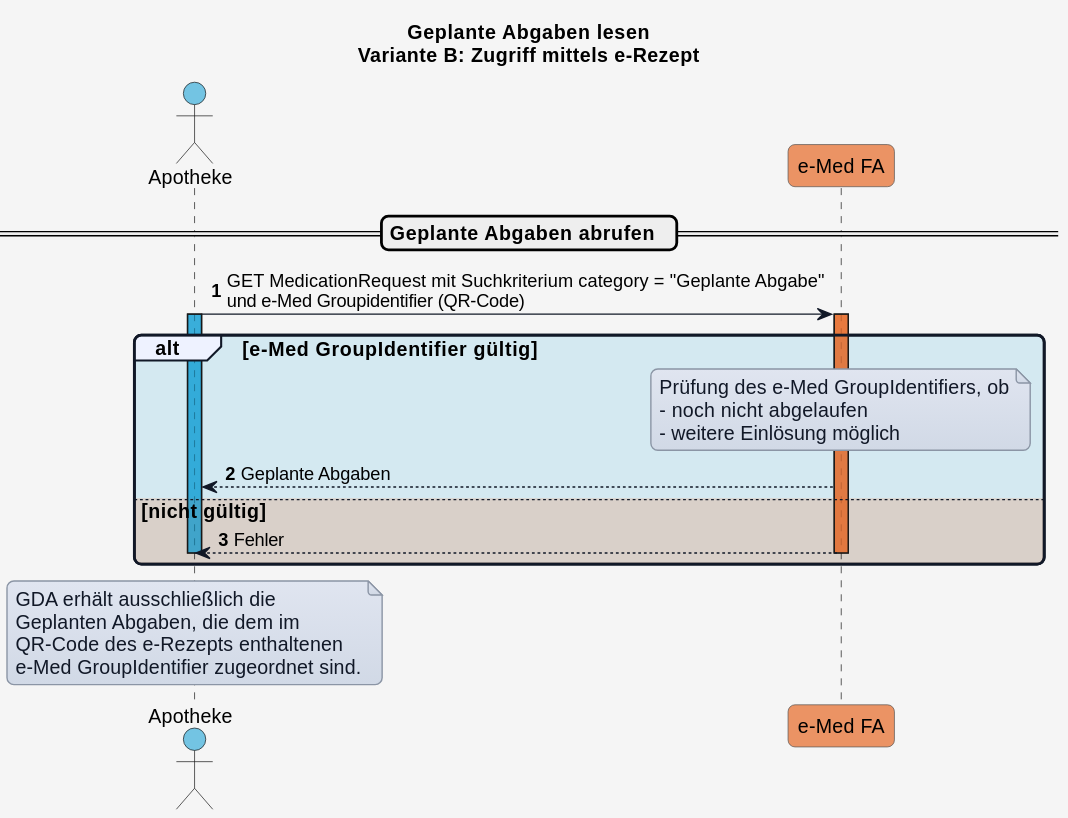
Above: r4-ELGA-e-Medikation-main/plantuml/UC_eMed_07_01_b.svg in HL7Austria/hl7austria.github.io (PlantUML), before the change.
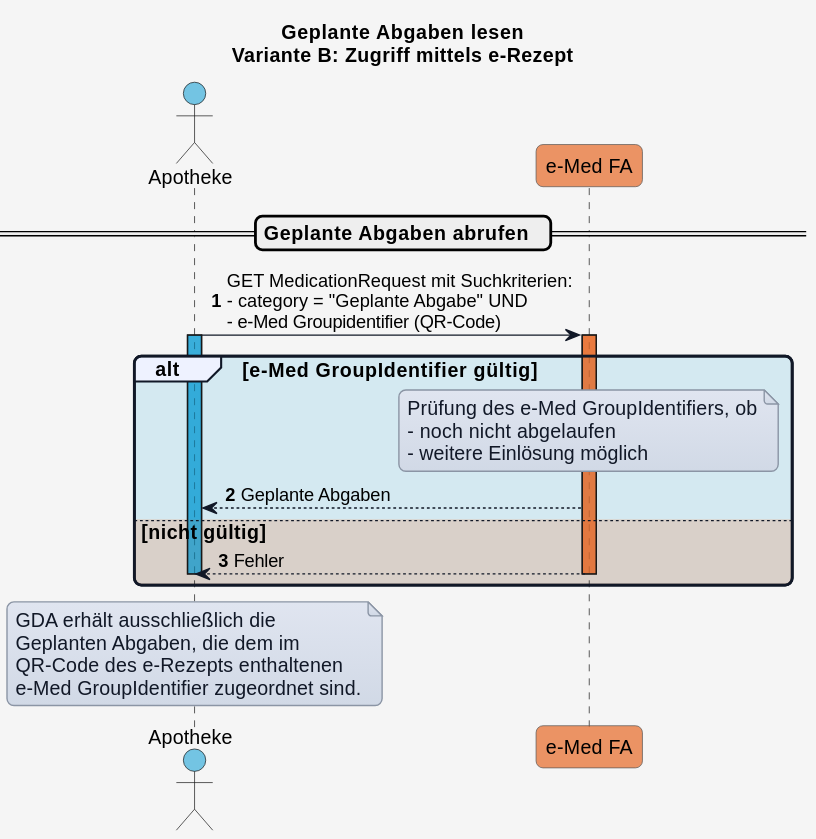
Above is the later version.

What changed in the source:
```diff
@@ -56,7 +56,7 @@
 == Geplante Abgaben abrufen  ==
 
 
-GDA_Apo -> eMed_FA: GET MedicationRequest mit Suchkriterium category = "Geplante Abgabe"\nund e-Med Groupidentifier (QR-Code)
+GDA_Apo -> eMed_FA: GET MedicationRequest mit Suchkriterien:\n- category = "Geplante Abgabe" UND \n- e-Med Groupidentifier (QR-Code)
 activate GDA_Apo COLOR_APO
 activate eMed_FA COLOR_EMED_FA
 alt COLOR_OK e-Med GroupIdentifier gültig
```
